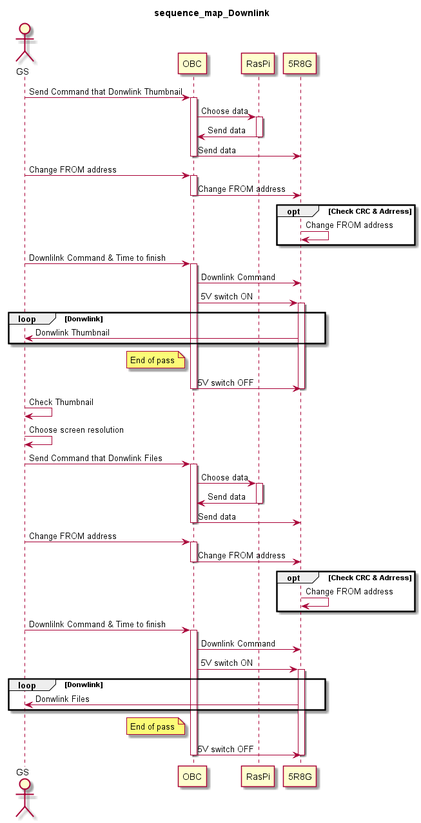
Earlier version of the PlantUML export out/sequence_map/downlink/downlink/sequence_map_Downlink.png (OrigamiSat1Project/Operation_UML).
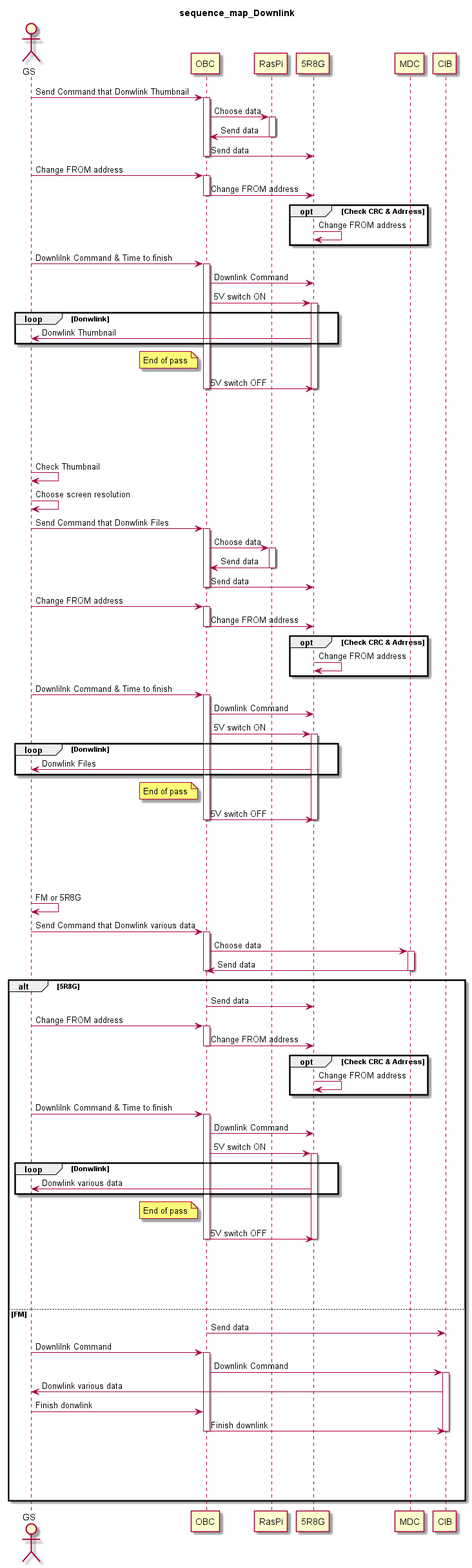
Later version of the same file.

Commit message:
Add function that choose FM or 5R8G

The edit, as a diff of the source:
```diff
@@ -33,9 +33,10 @@
 OBC -> 5R8G : 5V switch OFF
 deactivate 5R8G
 deactivate OBC
-
+||100||
 GS -> GS : Check Thumbnail
 GS -> GS : Choose screen resolution
+
 
 GS -> OBC : Send Command that Donwlink Files
 activate OBC
@@ -67,5 +68,56 @@
 OBC -> 5R8G : 5V switch OFF
 deactivate 5R8G
 deactivate OBC
+||100||
+
+GS -> GS : FM or 5R8G
+GS -> OBC : Send Command that Donwlink various data
+activate OBC
+OBC -> MDC : Choose data
+activate MDC
+MDC -> OBC : Send data
+deactivate MDC
+deactivate OBC
+
+alt 5R8G
+    OBC -> 5R8G : Send data
+    deactivate OBC
+
+    GS -> OBC : Change FROM address
+    activate OBC
+    OBC -> 5R8G : Change FROM address
+    deactivate OBC
+    opt Check CRC & Adrress
+        5R8G -> 5R8G : Change FROM address
+    end
+
+    GS -> OBC : Downlilnk Command & Time to finish
+    activate OBC
+    OBC -> 5R8G : Downlink Command
+
+    OBC -> 5R8G : 5V switch ON
+    activate 5R8G
+    loop Donwlink
+        5R8G -> GS : Donwlink various data
+    end
+    note left of OBC : End of pass
+    OBC -> 5R8G : 5V switch OFF
+    deactivate 5R8G
+    deactivate OBC
+    ||100||
+else FM
+    OBC -> CIB : Send data
+    deactivate OBC
+    GS -> OBC : Downlilnk Command
+    activate OBC
+    OBC -> CIB : Downlink Command
+    activate CIB
+    CIB -> GS : Donwlink various data
+    GS -> OBC : Finish donwlink
+    OBC -> CIB : Finish downlink
+    deactivate CIB
+    deactivate OBC
+    ||100||
+end
 
 @enduml
```
